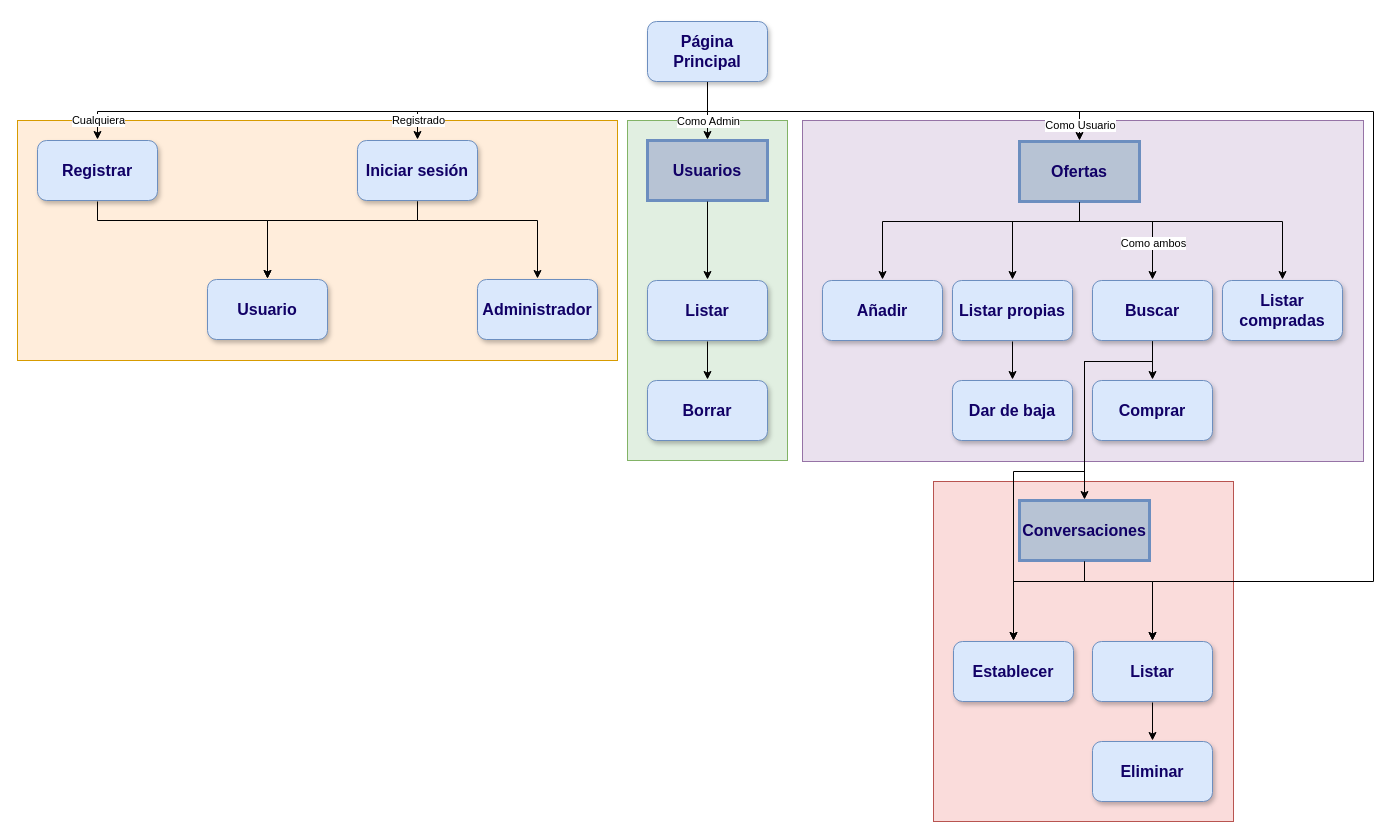
This is docs/NavigationMap.drawio from Omitg24/SDI2223-entrega1-32, a draw.io file, before an edit. Source tidied: cells renumbered, new cells numbered last; positions are measured from the earlier drawing's top-left corner, leaving out a move shared by most shapes. Both pictures are drawn from the tidied source at 100%, with x=0, y=0 at pixel (17, 21).
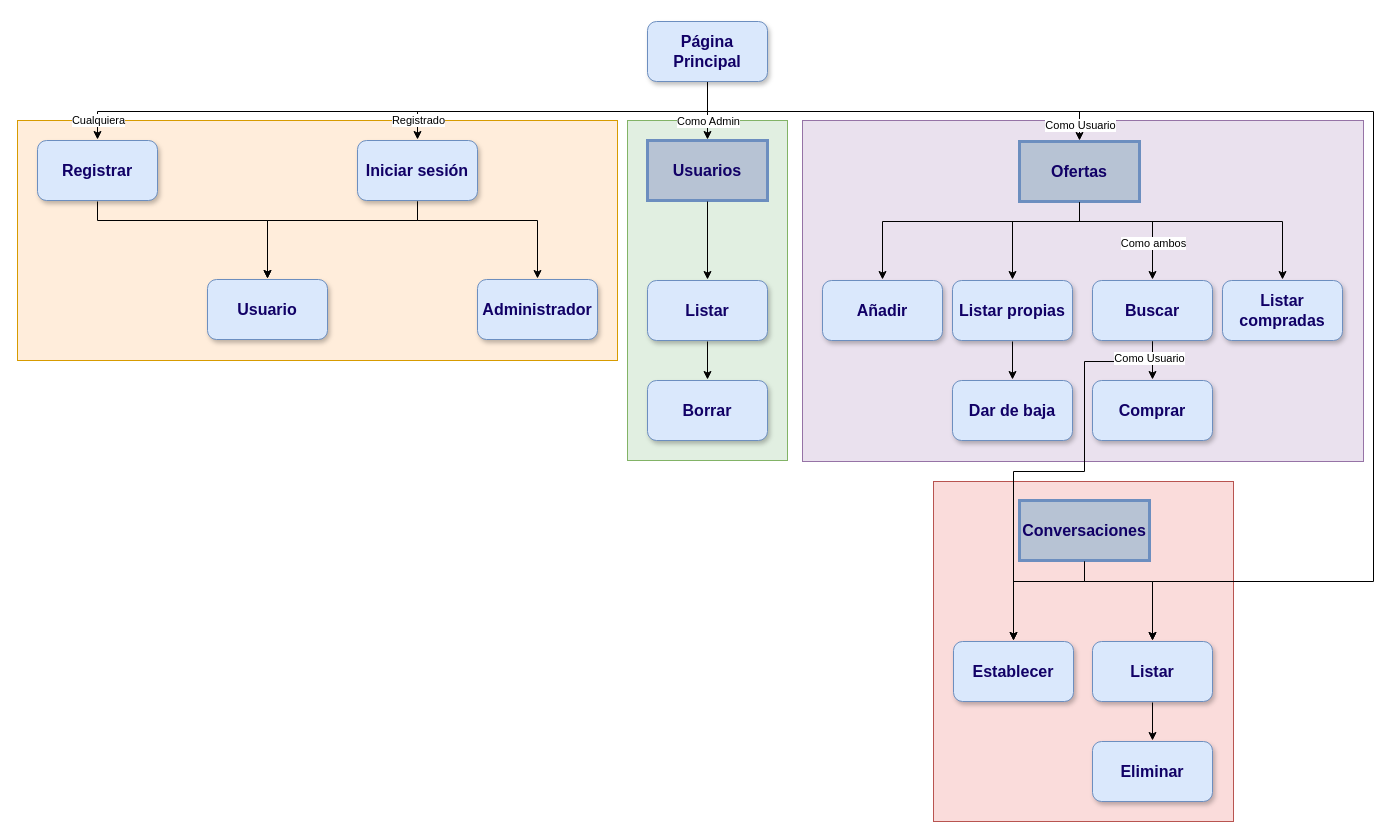
The same diagram, later.

Unchanged cells that the change refers to:
```xml
<mxCell id="31" value="Conversaciones" style="rounded=0;whiteSpace=wrap;html=1;fillColor=#B7C3D4;strokeColor=#6c8ebf;strokeWidth=3;perimeterSpacing=1;sketch=0;glass=0;shadow=0;fontStyle=1;fontSize=16;fontFamily=Helvetica;spacingTop=0;labelBorderColor=none;labelBackgroundColor=none;fontColor=#110066;" parent="1" vertex="1">
  <mxGeometry x="1002" y="479" width="130" height="60" as="geometry" />
</mxCell>
<mxCell id="34" value="Buscar" style="rounded=1;whiteSpace=wrap;html=1;fillColor=#dae8fc;strokeColor=#6c8ebf;strokeWidth=1;perimeterSpacing=1;sketch=0;glass=0;shadow=1;fontStyle=1;fontSize=16;fontFamily=Helvetica;spacingTop=0;labelBorderColor=none;labelBackgroundColor=none;fontColor=#110066;" parent="1" vertex="1">
  <mxGeometry x="1075" y="259" width="120" height="60" as="geometry" />
</mxCell>
```

Change to the diagram source:
```diff
@@
-    <mxCell id="47" style="endArrow=classic;html=1;rounded=0;entryX=0.5;entryY=0;entryDx=0;entryDy=0;exitX=0.5;exitY=1;exitDx=0;exitDy=0;" parent="1" edge="1" source="34" target="31">
-      <mxGeometry relative="1" as="geometry">
-        <Array as="points">
-          <mxPoint x="1135" y="340" />
-          <mxPoint x="1067" y="340" />
-        </Array>
-      </mxGeometry>
-    </mxCell>
@@
+    <mxCell id="51" value="Como Usuario" style="edgeLabel;html=1;align=center;verticalAlign=middle;" parent="1" vertex="1">
+      <mxGeometry x="1081" y="170" as="geometry">
+        <mxPoint x="50" y="166" as="offset" />
+      </mxGeometry>
+    </mxCell>
```
